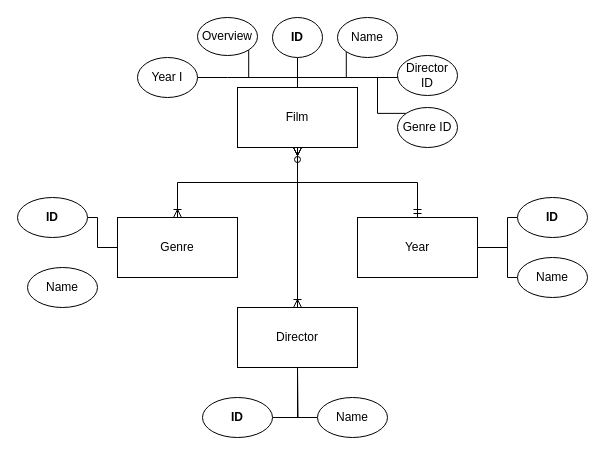
Above: erd.drawio in VladaKostiuk/db_lab2_Kostiuk (draw.io), before the change. Source tidied: cells renumbered, new cells numbered last; positions are measured from the earlier drawing's top-left corner, leaving out a move shared by most shapes. Both pictures are drawn from the tidied source at 100%, with x=0, y=0 at pixel (17, 17).
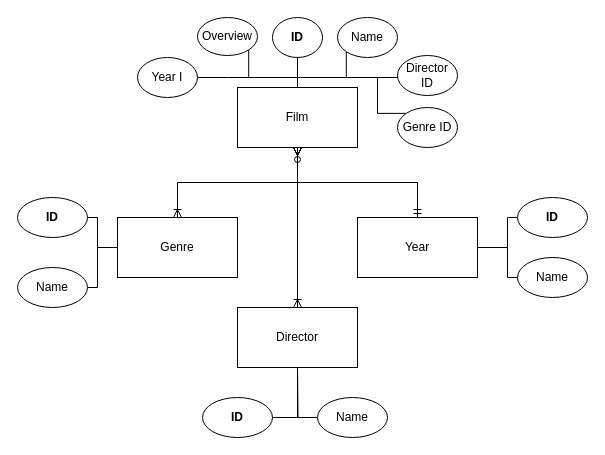
Above is the later version.

The change refers to these unchanged cells:
```xml
<mxCell id="6" value="&lt;div&gt;Genre&lt;/div&gt;" style="rounded=0;whiteSpace=wrap;html=1;" parent="1" vertex="1">
  <mxGeometry x="100" y="200" width="120" height="60" as="geometry" />
</mxCell>
```

Change to the diagram source:
```diff
@@
+    <mxCell id="32" style="edgeStyle=orthogonalEdgeStyle;rounded=0;jettySize=auto;html=1;exitX=1;exitY=0.5;exitDx=0;exitDy=0;entryX=0;entryY=0.5;entryDx=0;entryDy=0;endArrow=none;endFill=0;" parent="1" edge="1" source="31" target="6">
+      <mxGeometry relative="1" as="geometry">
+        <Array as="points">
+          <mxPoint x="80" y="270" />
+          <mxPoint x="80" y="230" />
+        </Array>
+      </mxGeometry>
+    </mxCell>
     <mxCell id="31" value="Name" style="ellipse;whiteSpace=wrap;html=1;" parent="1" vertex="1">
-      <mxGeometry x="10" y="250" width="70" height="40" as="geometry" />
+      <mxGeometry y="250" width="70" height="40" as="geometry" />
     </mxCell>
```
